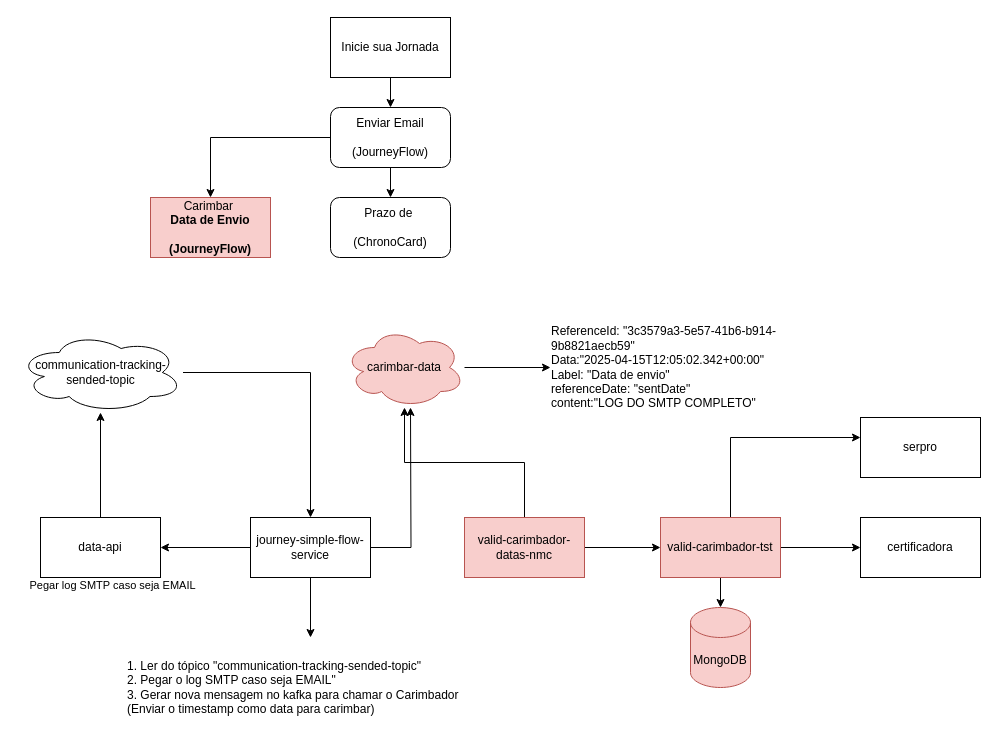
Before: page "Desenho Jornada Carimbo Envio de Email com Back" (3 of 5) of Diagrama Journey.drawio in caio-bueno/draws-valid, a draw.io diagram. Source tidied: cells renumbered, new cells numbered last; positions are measured from the earlier drawing's top-left corner, leaving out a move shared by most shapes. Both pictures are drawn from the tidied source at 100%, with x=0, y=0 at pixel (18, 17).
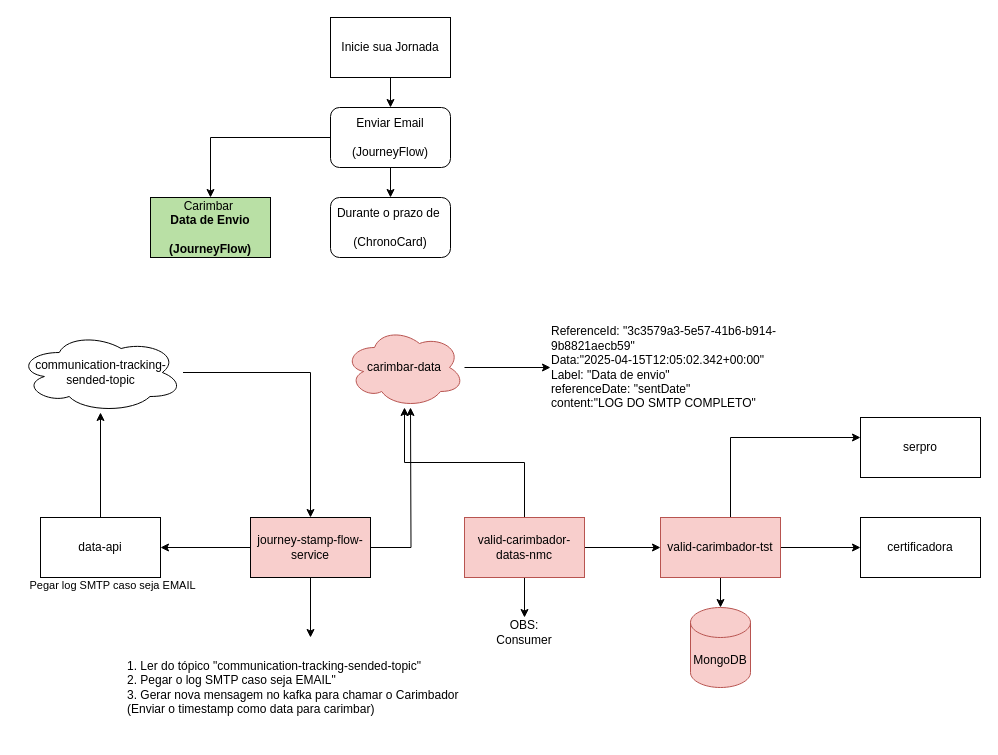
After the change.

The change refers to these unchanged cells:
```xml
<mxCell id="23" value="valid-carimbador-datas-nmc" style="rounded=0;whiteSpace=wrap;html=1;fillColor=#f8cecc;strokeColor=#b85450;" parent="1" vertex="1">
  <mxGeometry x="446" y="500" width="120" height="60" as="geometry" />
</mxCell>
```

Diff of the diagram source:
```diff
@@
-    <mxCell id="7" value="Prazo de&amp;nbsp;&lt;div&gt;&lt;br&gt;&lt;/div&gt;&lt;div&gt;(ChronoCard)&lt;/div&gt;" style="whiteSpace=wrap;html=1;rounded=1;" parent="1" vertex="1">
+    <mxCell id="7" value="Durante o prazo de&amp;nbsp;&lt;div&gt;&lt;br&gt;&lt;/div&gt;&lt;div&gt;(ChronoCard)&lt;/div&gt;" style="whiteSpace=wrap;html=1;rounded=1;" parent="1" vertex="1">
       <mxGeometry x="312" y="180" width="120" height="60" as="geometry" />
     </mxCell>
-    <mxCell id="8" value="Carimbar&amp;nbsp;&lt;div&gt;&lt;b&gt;Data de Envio&lt;/b&gt;&lt;/div&gt;&lt;div&gt;&lt;b&gt;&lt;br&gt;&lt;/b&gt;&lt;/div&gt;&lt;div&gt;&lt;b&gt;(JourneyFlow)&lt;/b&gt;&lt;/div&gt;" style="rounded=0;whiteSpace=wrap;html=1;fillColor=#f8cecc;strokeColor=#b85450;" parent="1" vertex="1">
+    <mxCell id="8" value="Carimbar&amp;nbsp;&lt;div&gt;&lt;b&gt;Data de Envio&lt;/b&gt;&lt;/div&gt;&lt;div&gt;&lt;b&gt;&lt;br&gt;&lt;/b&gt;&lt;/div&gt;&lt;div&gt;&lt;b&gt;(JourneyFlow)&lt;/b&gt;&lt;/div&gt;" style="rounded=0;whiteSpace=wrap;html=1;fillColor=#B9E0A5;strokeColor=#000000;" parent="1" vertex="1">
       <mxGeometry x="132" y="180" width="120" height="60" as="geometry" />
     </mxCell>
@@
-    <mxCell id="14" value="journey-simple-flow-service" style="rounded=0;whiteSpace=wrap;html=1;" parent="1" vertex="1">
+    <mxCell id="14" value="journey-stamp-flow-service" style="rounded=0;whiteSpace=wrap;html=1;fillColor=#F8CECC;" parent="1" vertex="1">
       <mxGeometry x="232" y="500" width="120" height="60" as="geometry" />
     </mxCell>
@@
+    <mxCell id="32" style="edgeStyle=orthogonalEdgeStyle;rounded=0;jettySize=auto;html=1;" parent="1" edge="1" source="23" target="33">
+      <mxGeometry relative="1" as="geometry" />
+    </mxCell>
@@
+    <mxCell id="33" value="OBS: Consumer" style="text;html=1;align=center;verticalAlign=middle;whiteSpace=wrap;rounded=0;" parent="1" vertex="1">
+      <mxGeometry x="476" y="600" width="60" height="30" as="geometry" />
+    </mxCell>
```
